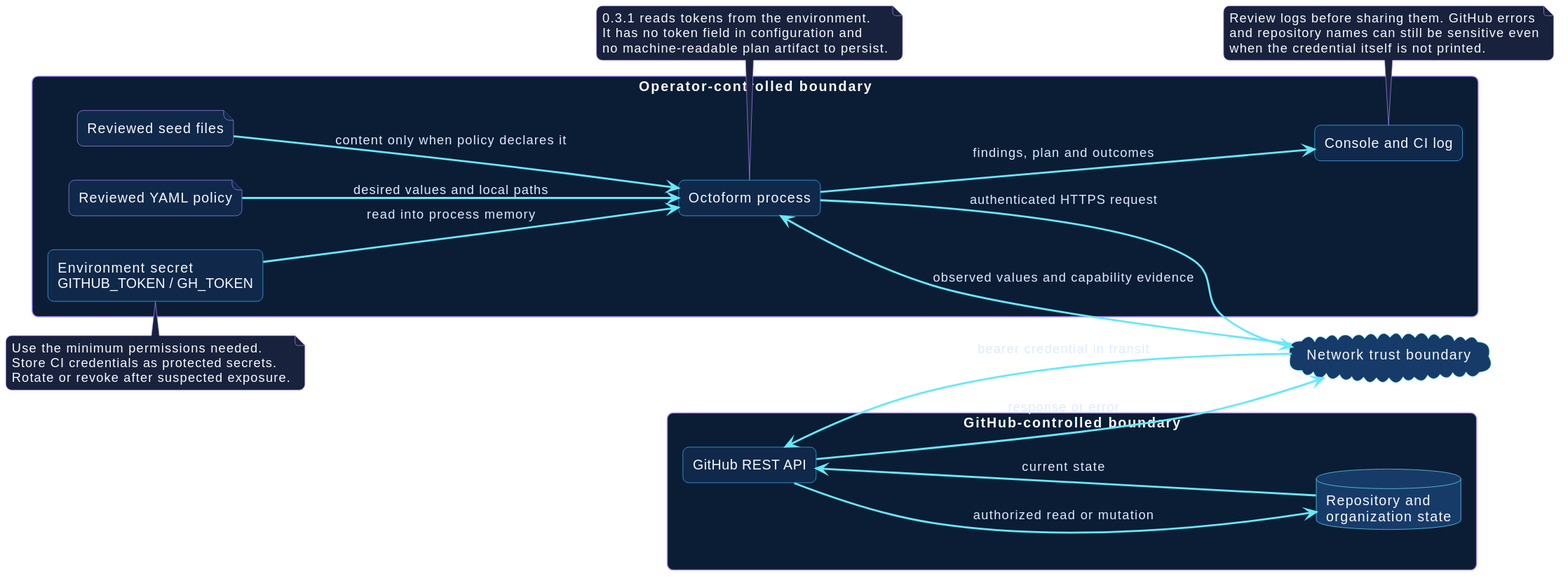
The PlantUML diagram docs/assets/diagrams/trust-and-data-flow.svg in hector-ae21/octoform-docs, before a commit. Its diagram source:
```plantuml
@startuml
!include _theme.iuml
left to right direction

package "Operator-controlled boundary" {
  file "Reviewed YAML policy" as Config
  file "Reviewed seed files" as Seeds
  rectangle "Environment secret\nGITHUB_TOKEN / GH_TOKEN" as Secret
  component "Octoform process" as Process
  rectangle "Console and CI log" as Output
}

cloud "Network trust boundary" as Network
package "GitHub-controlled boundary" {
  component "GitHub REST API" as API
  database "Repository and\norganization state" as State
}

Config --> Process : desired values and local paths
Seeds --> Process : content only when policy declares it
Secret --> Process : read into process memory
Process --> Network : authenticated HTTPS request
Network --> API : bearer credential in transit
API --> State : authorized read or mutation
State --> API : current state
API --> Network : response or error
Network --> Process : observed values and capability evidence
Process --> Output : findings, plan and outcomes

note top of Secret
  Use the minimum permissions needed.
  Store CI credentials as protected secrets.
  Rotate or revoke after suspected exposure.
end note

note bottom of Process
  0.3.1 reads tokens from the environment.
  It has no token field in configuration and
  no machine-readable plan artifact to persist.
end note

note bottom of Output
  Review logs before sharing them. GitHub errors
  and repository names can still be sensitive even
  when the credential itself is not printed.
end note
@enduml
```
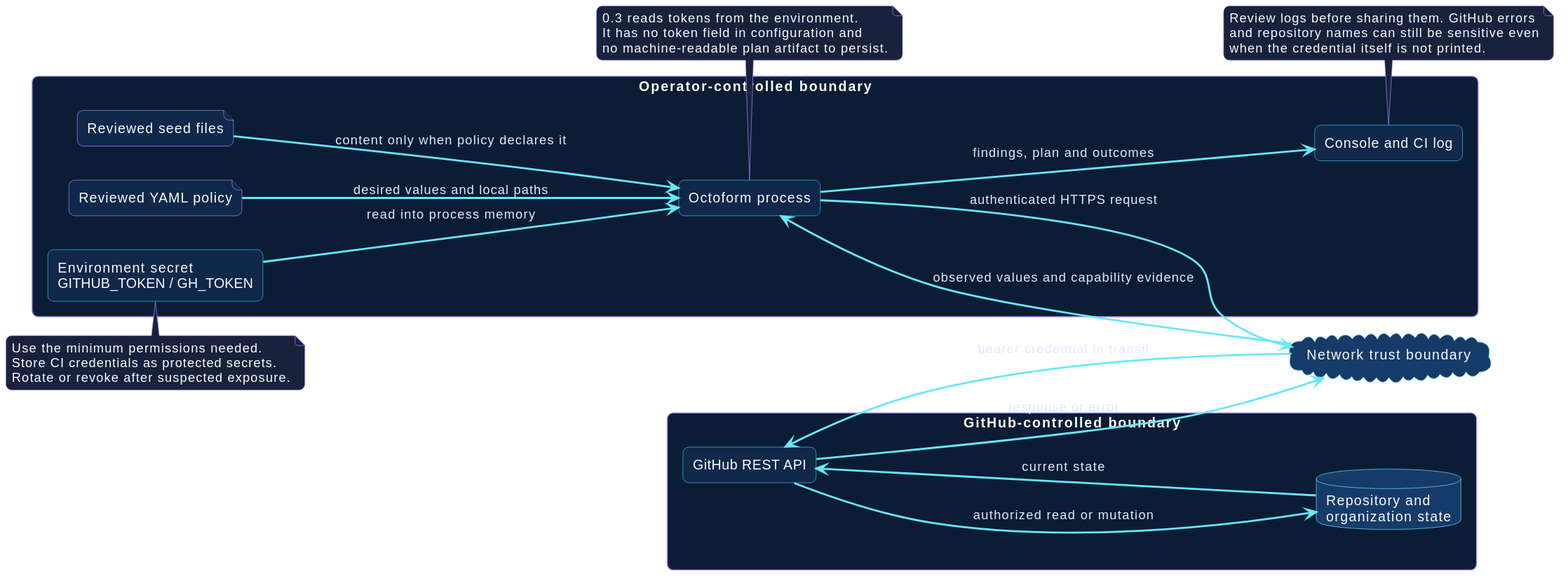
Later version of the same file.

Diff of the diagram source:
```diff
@@ -34,7 +34,7 @@
 end note
 
 note bottom of Process
-  0.3.1 reads tokens from the environment.
+  0.3 reads tokens from the environment.
   It has no token field in configuration and
   no machine-readable plan artifact to persist.
 end note
```
